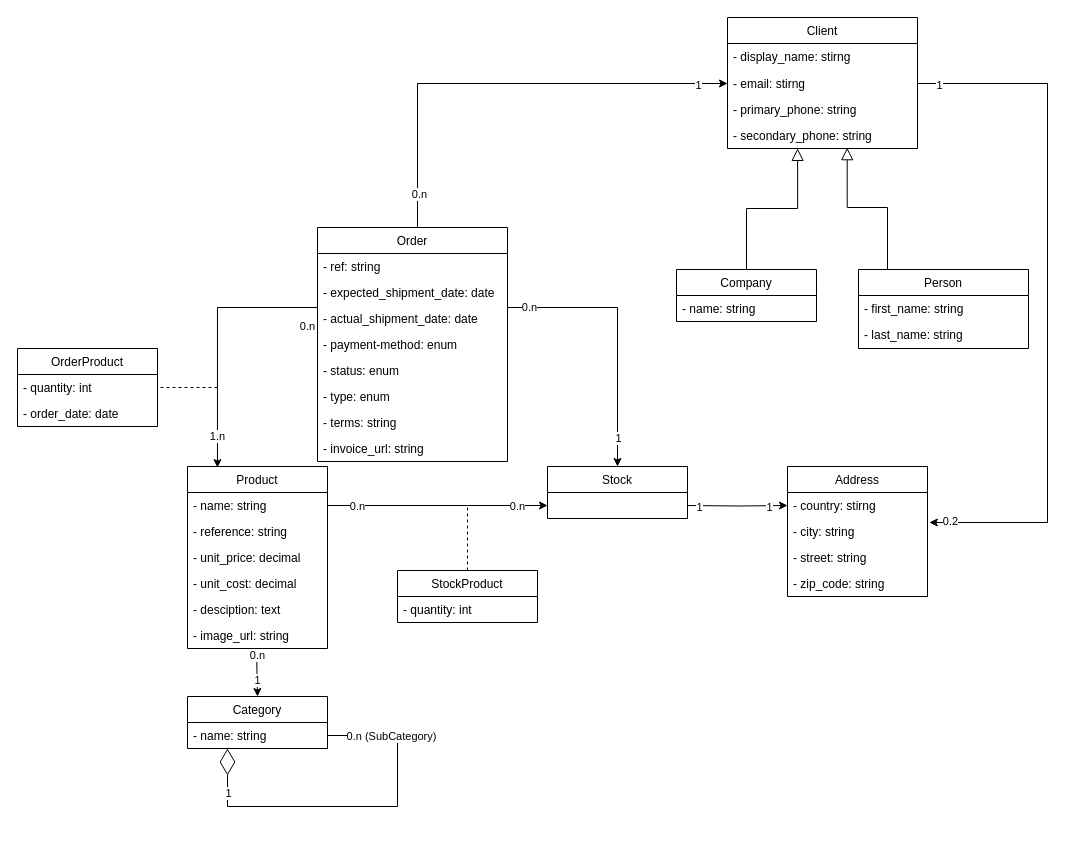
neeejm/inventory-management-system keeps this draw.io diagram as class-diag.drawio. Above is the earlier version. Source tidied: cells renumbered, new cells numbered last; positions are measured from the earlier drawing's top-left corner, leaving out a move shared by most shapes. Both pictures are drawn from the tidied source at 100%, with x=0, y=0 at pixel (17, 17).
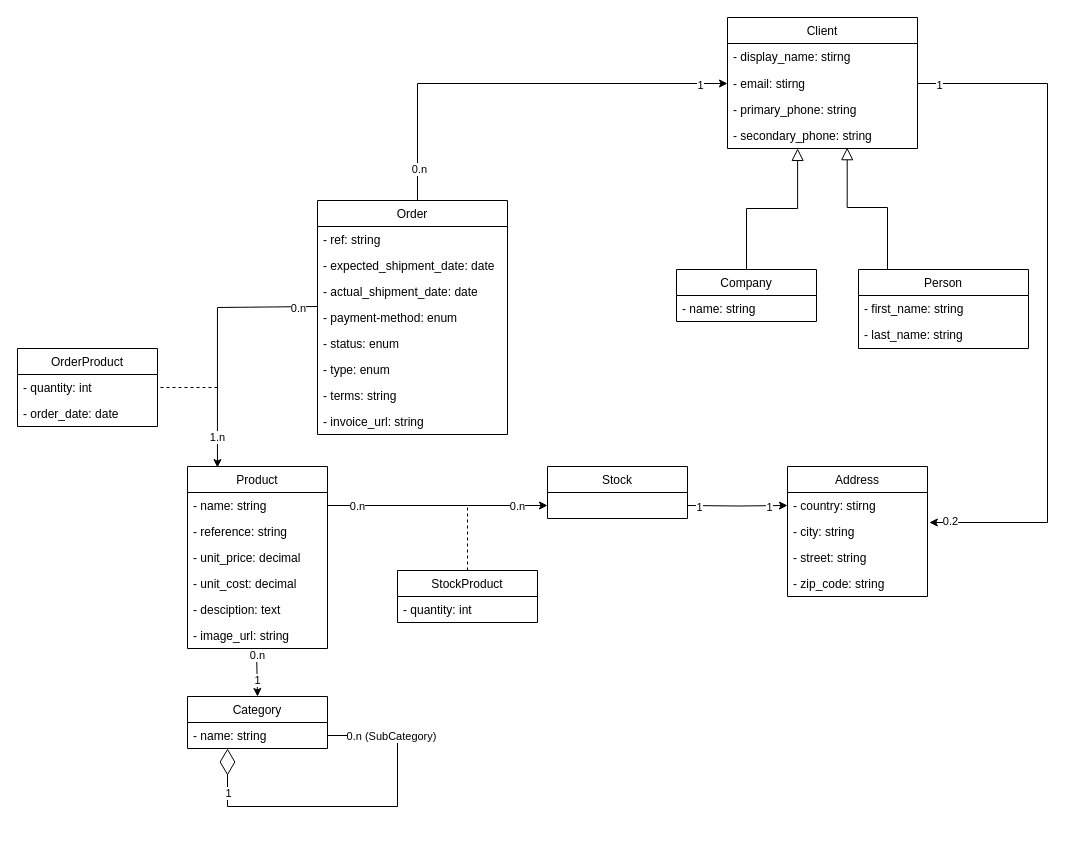
After the change.

The change refers to these unchanged cells:
```xml
<mxCell id="12" value="Stock" style="swimlane;fontStyle=0;horizontal=1;startSize=26;fillColor=none;" parent="1" vertex="1">
  <mxGeometry x="530" y="449" width="140" height="52" as="geometry" />
</mxCell>
```

Diff of the diagram source:
```diff
@@
     <mxCell id="35" value="Order" style="swimlane;fontStyle=0;horizontal=1;startSize=26;fillColor=none;" parent="1" vertex="1">
-      <mxGeometry x="300" y="210" width="190" height="234" as="geometry" />
+      <mxGeometry x="300" y="183" width="190" height="234" as="geometry" />
     </mxCell>
@@
-    <mxCell id="63" style="edgeStyle=orthogonalEdgeStyle;rounded=0;jettySize=auto;html=1;entryX=0.5;entryY=0;entryDx=0;entryDy=0;endArrow=classic;endFill=1;elbow=vertical;" parent="1" edge="1" target="12">
-      <mxGeometry relative="1" as="geometry">
-        <mxPoint x="490" y="290" as="sourcePoint" />
-        <Array as="points">
-          <mxPoint x="490" y="290" />
-          <mxPoint x="600" y="290" />
-        </Array>
-      </mxGeometry>
-    </mxCell>
-    <mxCell id="64" value="1" style="edgeLabel;html=1;align=center;verticalAlign=middle;" parent="63" vertex="1">
-      <mxGeometry x="0.92" y="1" relative="1" as="geometry">
-        <mxPoint x="-1" y="-18" as="offset" />
-      </mxGeometry>
-    </mxCell>
-    <mxCell id="65" value="0.n" style="edgeLabel;html=1;align=center;verticalAlign=middle;" parent="63" vertex="1">
-      <mxGeometry x="-0.95" y="1" relative="1" as="geometry">
-        <mxPoint x="14" as="offset" />
-      </mxGeometry>
-    </mxCell>
```
